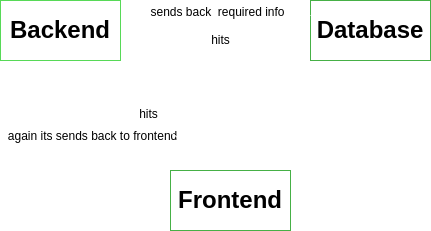
Above: architecture.png in priyanka-777/social-media-application (draw.io), before the change. Source tidied: cells renumbered, new cells last; positions are measured from the earlier drawing's top-left corner, leaving out a move shared by most shapes.
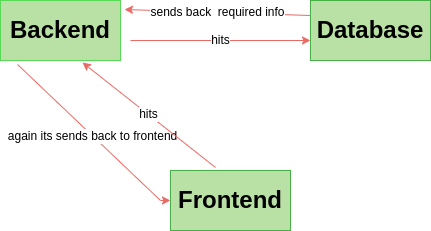
After the change.

Diff of the diagram source:
```diff
@@ -2,32 +2,32 @@
   <root>
     <mxCell id="0" />
     <mxCell id="1" parent="0" />
-    <mxCell id="2" value="&lt;b&gt;&lt;font style=&quot;font-size: 24px;&quot;&gt;Backend&lt;/font&gt;&lt;/b&gt;" style="rounded=0;whiteSpace=wrap;html=1;strokeColor=#57D957;" parent="1" vertex="1">
+    <mxCell id="2" value="&lt;b&gt;&lt;font style=&quot;font-size: 24px;&quot;&gt;Backend&lt;/font&gt;&lt;/b&gt;" style="rounded=0;whiteSpace=wrap;html=1;strokeColor=#57D957;fillColor=#B9E0A5;" parent="1" vertex="1">
       <mxGeometry width="120" height="60" as="geometry" />
     </mxCell>
-    <mxCell id="3" value="&lt;b&gt;Database&lt;/b&gt;" style="rounded=0;whiteSpace=wrap;html=1;fontSize=24;strokeColor=#46B046;" parent="1" vertex="1">
+    <mxCell id="3" value="&lt;b&gt;Database&lt;/b&gt;" style="rounded=0;whiteSpace=wrap;html=1;fontSize=24;strokeColor=#46B046;fillColor=#B9E0A5;" parent="1" vertex="1">
       <mxGeometry x="310" width="120" height="60" as="geometry" />
     </mxCell>
-    <mxCell id="4" value="&lt;b&gt;Frontend&lt;/b&gt;" style="rounded=0;whiteSpace=wrap;html=1;fontSize=24;strokeColor=#46B046;" parent="1" vertex="1">
+    <mxCell id="4" value="&lt;b&gt;Frontend&lt;/b&gt;" style="rounded=0;whiteSpace=wrap;html=1;fontSize=24;strokeColor=#46B046;fillColor=#B9E0A5;" parent="1" vertex="1">
       <mxGeometry x="170" y="170" width="120" height="60" as="geometry" />
     </mxCell>
-    <mxCell id="5" value="again its sends back to frontend" style="endArrow=classic;html=1;rounded=0;fontSize=12;entryX=0;entryY=0.5;entryDx=0;entryDy=0;exitX=0.142;exitY=1.067;exitDx=0;exitDy=0;exitPerimeter=0;strokeColor=#FFFFFF;" parent="1" edge="1" source="2" target="4">
+    <mxCell id="5" value="again its sends back to frontend" style="endArrow=classic;html=1;rounded=0;fontSize=12;entryX=0;entryY=0.5;entryDx=0;entryDy=0;exitX=0.142;exitY=1.067;exitDx=0;exitDy=0;exitPerimeter=0;strokeColor=#EA6B66;fillColor=#1A1A1A;" parent="1" edge="1" source="2" target="4">
       <mxGeometry relative="1" as="geometry">
         <Array as="points">
           <mxPoint x="160" y="200" />
         </Array>
       </mxGeometry>
     </mxCell>
-    <mxCell id="6" value="sends back&amp;nbsp; required info" style="endArrow=classic;html=1;rounded=0;fontSize=12;entryX=1.033;entryY=0.15;entryDx=0;entryDy=0;entryPerimeter=0;exitX=0;exitY=0.25;exitDx=0;exitDy=0;strokeColor=#FFFFFF;" parent="1" edge="1" source="3" target="2">
+    <mxCell id="6" value="sends back&amp;nbsp; required info" style="endArrow=classic;html=1;rounded=0;fontSize=12;entryX=1.033;entryY=0.15;entryDx=0;entryDy=0;entryPerimeter=0;exitX=0;exitY=0.25;exitDx=0;exitDy=0;strokeColor=#EA6B66;fillColor=#000000;" parent="1" edge="1" source="3" target="2">
       <mxGeometry relative="1" as="geometry" />
     </mxCell>
-    <mxCell id="7" value="hits" style="endArrow=classic;html=1;rounded=0;fontSize=12;strokeColor=#FFFFFF;" parent="1" edge="1">
+    <mxCell id="7" value="hits" style="endArrow=classic;html=1;rounded=0;fontSize=12;strokeColor=#EA6B66;" parent="1" edge="1">
       <mxGeometry relative="1" as="geometry">
         <mxPoint x="130" y="40" as="sourcePoint" />
         <mxPoint x="310" y="40" as="targetPoint" />
       </mxGeometry>
     </mxCell>
-    <mxCell id="8" value="hits" style="endArrow=classic;html=1;rounded=0;fontSize=12;exitX=0.375;exitY=-0.05;exitDx=0;exitDy=0;exitPerimeter=0;entryX=0.683;entryY=1.033;entryDx=0;entryDy=0;entryPerimeter=0;strokeColor=#FFFFFF;" parent="1" edge="1" source="4" target="2">
+    <mxCell id="8" value="hits" style="endArrow=classic;html=1;rounded=0;fontSize=12;exitX=0.375;exitY=-0.05;exitDx=0;exitDy=0;exitPerimeter=0;entryX=0.683;entryY=1.033;entryDx=0;entryDy=0;entryPerimeter=0;strokeColor=#EA6B66;" parent="1" edge="1" source="4" target="2">
       <mxGeometry relative="1" as="geometry" />
     </mxCell>
   </root>
```
